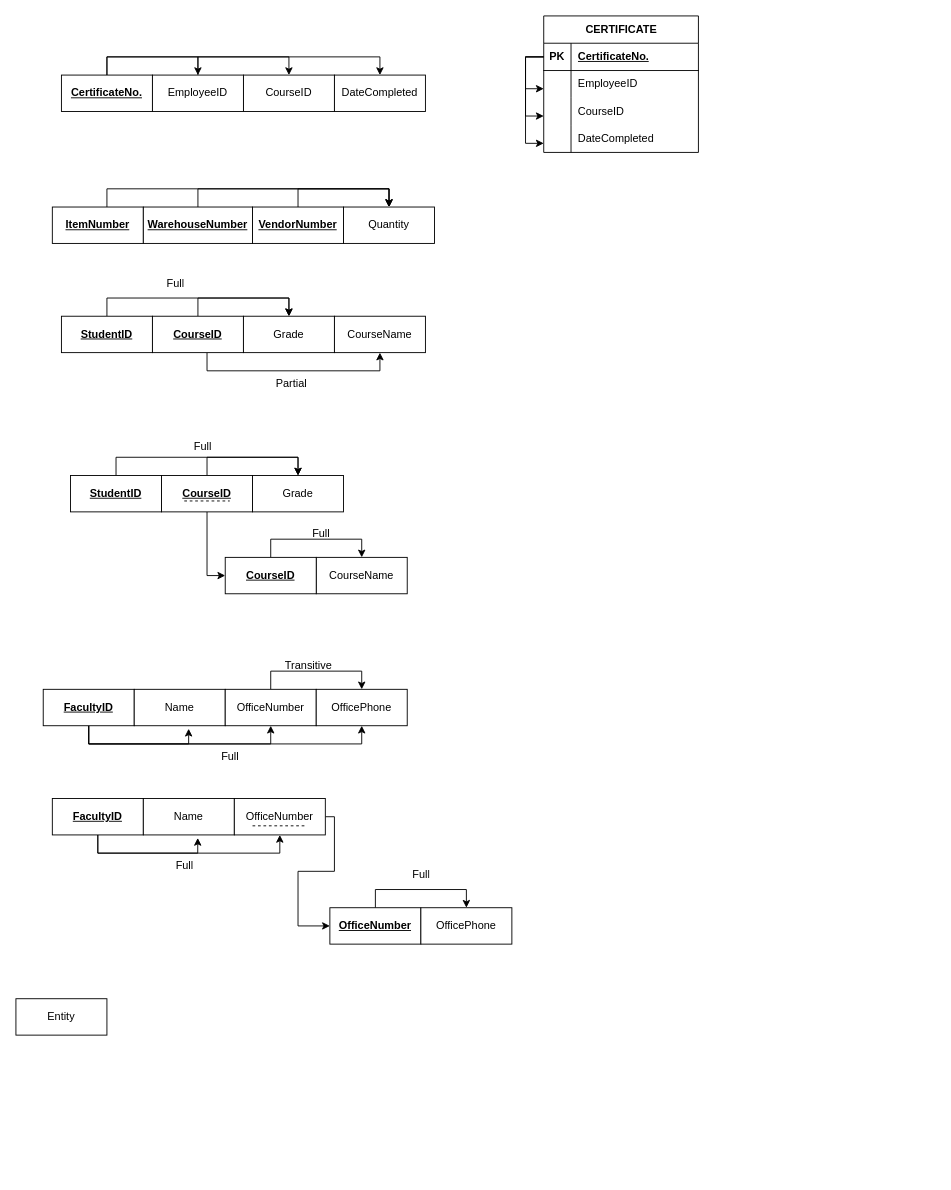
Earlier version of the draw.io diagram page "Page-2" (2 of 2) of C4 ERD.drawio (SamanZargarzadeh/ERD). Source tidied: cells renumbered, new cells numbered last; positions are measured from the earlier drawing's top-left corner, leaving out a move shared by most shapes. Both pictures are drawn from the tidied source at 91%, with x=0, y=0 at pixel (15, 15).
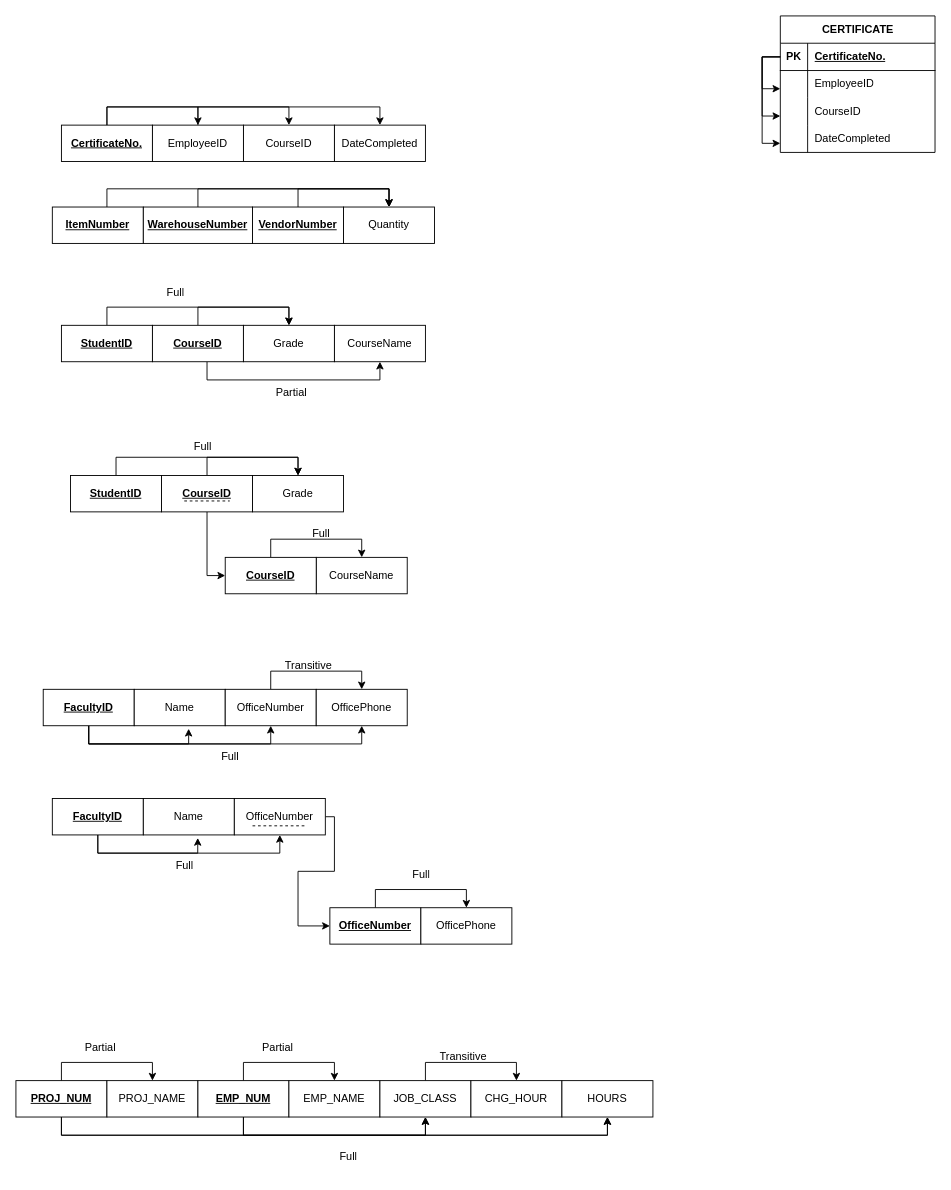
The same diagram, later.

Diff of the diagram source:
```diff
@@
     <mxCell id="4" value="CERTIFICATE" style="shape=table;startSize=30;childLayout=tableLayout;rowLines=0;fontStyle=1;align=center;html=1;" parent="1" vertex="1">
-      <mxGeometry x="580" width="170" height="150" as="geometry" />
+      <mxGeometry x="840" width="170" height="150" as="geometry" />
     </mxCell>
@@
     <mxCell id="19" style="edgeStyle=orthogonalEdgeStyle;rounded=0;jettySize=auto;html=1;entryX=0.5;entryY=0;entryDx=0;entryDy=0;" parent="1" edge="1" source="20" target="22">
       <mxGeometry relative="1" as="geometry">
         <Array as="points">
-          <mxPoint x="100" y="45" />
-          <mxPoint x="400" y="45" />
+          <mxPoint x="100" y="100" />
+          <mxPoint x="400" y="100" />
         </Array>
       </mxGeometry>
     </mxCell>
     <mxCell id="20" value="&lt;b&gt;&lt;u&gt;CertificateNo.&lt;/u&gt;&lt;/b&gt;" style="whiteSpace=wrap;html=1;align=center;" parent="1" vertex="1">
-      <mxGeometry x="50" y="65" width="100" height="40" as="geometry" />
+      <mxGeometry x="50" y="120" width="100" height="40" as="geometry" />
     </mxCell>
     <mxCell id="21" value="CourseID" style="whiteSpace=wrap;html=1;align=center;" parent="1" vertex="1">
-      <mxGeometry x="250" y="65" width="100" height="40" as="geometry" />
+      <mxGeometry x="250" y="120" width="100" height="40" as="geometry" />
     </mxCell>
     <mxCell id="22" value="DateCompleted" style="whiteSpace=wrap;html=1;align=center;" parent="1" vertex="1">
-      <mxGeometry x="350" y="65" width="100" height="40" as="geometry" />
+      <mxGeometry x="350" y="120" width="100" height="40" as="geometry" />
     </mxCell>
@@
     <mxCell id="24" value="EmployeeID" style="whiteSpace=wrap;html=1;align=center;" parent="1" vertex="1">
-      <mxGeometry x="150" y="65" width="100" height="40" as="geometry" />
+      <mxGeometry x="150" y="120" width="100" height="40" as="geometry" />
     </mxCell>
@@
     <mxCell id="32" style="edgeStyle=orthogonalEdgeStyle;rounded=0;jettySize=auto;html=1;entryX=0.5;entryY=0;entryDx=0;entryDy=0;" parent="1" edge="1" source="33" target="37">
       <mxGeometry relative="1" as="geometry">
         <Array as="points">
-          <mxPoint x="100" y="310" />
-          <mxPoint x="300" y="310" />
+          <mxPoint x="100" y="320" />
+          <mxPoint x="300" y="320" />
         </Array>
       </mxGeometry>
     </mxCell>
     <mxCell id="33" value="&lt;b&gt;&lt;u&gt;StudentID&lt;/u&gt;&lt;/b&gt;" style="whiteSpace=wrap;html=1;align=center;" parent="1" vertex="1">
-      <mxGeometry x="50" y="330" width="100" height="40" as="geometry" />
+      <mxGeometry x="50" y="340" width="100" height="40" as="geometry" />
     </mxCell>
     <mxCell id="34" style="edgeStyle=orthogonalEdgeStyle;rounded=0;jettySize=auto;html=1;entryX=0.5;entryY=1;entryDx=0;entryDy=0;" parent="1" edge="1" source="36" target="38">
       <mxGeometry relative="1" as="geometry">
         <Array as="points">
-          <mxPoint x="210" y="390" />
-          <mxPoint x="400" y="390" />
+          <mxPoint x="210" y="400" />
+          <mxPoint x="400" y="400" />
         </Array>
       </mxGeometry>
     </mxCell>
@@
     <mxCell id="36" value="&lt;b&gt;&lt;u&gt;CourseID&lt;/u&gt;&lt;/b&gt;" style="whiteSpace=wrap;html=1;align=center;" parent="1" vertex="1">
-      <mxGeometry x="150" y="330" width="100" height="40" as="geometry" />
+      <mxGeometry x="150" y="340" width="100" height="40" as="geometry" />
     </mxCell>
     <mxCell id="37" value="Grade" style="whiteSpace=wrap;html=1;align=center;" parent="1" vertex="1">
-      <mxGeometry x="250" y="330" width="100" height="40" as="geometry" />
+      <mxGeometry x="250" y="340" width="100" height="40" as="geometry" />
     </mxCell>
     <mxCell id="38" value="CourseName" style="whiteSpace=wrap;html=1;align=center;" parent="1" vertex="1">
-      <mxGeometry x="350" y="330" width="100" height="40" as="geometry" />
+      <mxGeometry x="350" y="340" width="100" height="40" as="geometry" />
     </mxCell>
     <mxCell id="39" value="Full" style="text;strokeColor=none;fillColor=none;spacingLeft=4;spacingRight=4;overflow=hidden;fontSize=12;whiteSpace=wrap;html=1;" parent="1" vertex="1">
-      <mxGeometry x="160" y="280" width="40" height="30" as="geometry" />
+      <mxGeometry x="160" y="290" width="40" height="30" as="geometry" />
     </mxCell>
     <mxCell id="40" value="Partial" style="text;strokeColor=none;fillColor=none;spacingLeft=4;spacingRight=4;overflow=hidden;fontSize=12;whiteSpace=wrap;html=1;" parent="1" vertex="1">
-      <mxGeometry x="280" y="390" width="70" height="30" as="geometry" />
+      <mxGeometry x="280" y="400" width="70" height="30" as="geometry" />
     </mxCell>
@@
+    <mxCell id="76" style="edgeStyle=orthogonalEdgeStyle;rounded=0;jettySize=auto;html=1;entryX=0.5;entryY=0;entryDx=0;entryDy=0;" parent="1" edge="1" source="75" target="79">
+      <mxGeometry relative="1" as="geometry" />
+    </mxCell>
+    <mxCell id="77" style="edgeStyle=orthogonalEdgeStyle;rounded=0;jettySize=auto;html=1;entryX=0.5;entryY=1;entryDx=0;entryDy=0;" parent="1" edge="1" source="75" target="86">
+      <mxGeometry relative="1" as="geometry">
+        <Array as="points">
+          <mxPoint x="50" y="1230" />
+          <mxPoint x="450" y="1230" />
+        </Array>
+      </mxGeometry>
+    </mxCell>
+    <mxCell id="78" style="edgeStyle=orthogonalEdgeStyle;rounded=0;jettySize=auto;html=1;entryX=0.5;entryY=1;entryDx=0;entryDy=0;" parent="1" edge="1" source="75" target="88">
+      <mxGeometry relative="1" as="geometry">
+        <Array as="points">
+          <mxPoint x="50" y="1230" />
+          <mxPoint x="650" y="1230" />
+        </Array>
+      </mxGeometry>
+    </mxCell>
-    <mxCell id="75" value="Entity" style="whiteSpace=wrap;html=1;align=center;" parent="1" vertex="1">
-      <mxGeometry y="1080" width="100" height="40" as="geometry" />
+    <mxCell id="75" value="&lt;b&gt;&lt;u&gt;PROJ_NUM&lt;/u&gt;&lt;/b&gt;" style="whiteSpace=wrap;html=1;align=center;" parent="1" vertex="1">
+      <mxGeometry y="1170" width="100" height="40" as="geometry" />
     </mxCell>
+    <mxCell id="79" value="PROJ_NAME" style="whiteSpace=wrap;html=1;align=center;" parent="1" vertex="1">
+      <mxGeometry x="100" y="1170" width="100" height="40" as="geometry" />
+    </mxCell>
+    <mxCell id="80" style="edgeStyle=orthogonalEdgeStyle;rounded=0;jettySize=auto;html=1;entryX=0.5;entryY=0;entryDx=0;entryDy=0;" parent="1" edge="1" source="83" target="84">
+      <mxGeometry relative="1" as="geometry" />
+    </mxCell>
+    <mxCell id="81" style="edgeStyle=orthogonalEdgeStyle;rounded=0;jettySize=auto;html=1;entryX=0.5;entryY=1;entryDx=0;entryDy=0;" parent="1" edge="1" source="83" target="86">
+      <mxGeometry relative="1" as="geometry">
+        <Array as="points">
+          <mxPoint x="250" y="1230" />
+          <mxPoint x="450" y="1230" />
+        </Array>
+      </mxGeometry>
+    </mxCell>
+    <mxCell id="82" style="edgeStyle=orthogonalEdgeStyle;rounded=0;jettySize=auto;html=1;entryX=0.5;entryY=1;entryDx=0;entryDy=0;" parent="1" edge="1" source="83" target="88">
+      <mxGeometry relative="1" as="geometry">
+        <Array as="points">
+          <mxPoint x="250" y="1230" />
+          <mxPoint x="650" y="1230" />
+        </Array>
+      </mxGeometry>
+    </mxCell>
+    <mxCell id="83" value="&lt;b&gt;&lt;u&gt;EMP_NUM&lt;/u&gt;&lt;/b&gt;" style="whiteSpace=wrap;html=1;align=center;" parent="1" vertex="1">
+      <mxGeometry x="200" y="1170" width="100" height="40" as="geometry" />
+    </mxCell>
+    <mxCell id="84" value="EMP_NAME" style="whiteSpace=wrap;html=1;align=center;" parent="1" vertex="1">
+      <mxGeometry x="300" y="1170" width="100" height="40" as="geometry" />
+    </mxCell>
+    <mxCell id="85" style="edgeStyle=orthogonalEdgeStyle;rounded=0;jettySize=auto;html=1;entryX=0.5;entryY=0;entryDx=0;entryDy=0;" parent="1" edge="1" source="86" target="87">
+      <mxGeometry relative="1" as="geometry" />
+    </mxCell>
+    <mxCell id="86" value="JOB_CLASS" style="whiteSpace=wrap;html=1;align=center;" parent="1" vertex="1">
+      <mxGeometry x="400" y="1170" width="100" height="40" as="geometry" />
+    </mxCell>
+    <mxCell id="87" value="CHG_HOUR" style="whiteSpace=wrap;html=1;align=center;" parent="1" vertex="1">
+      <mxGeometry x="500" y="1170" width="100" height="40" as="geometry" />
+    </mxCell>
+    <mxCell id="88" value="HOURS" style="whiteSpace=wrap;html=1;align=center;" parent="1" vertex="1">
+      <mxGeometry x="600" y="1170" width="100" height="40" as="geometry" />
+    </mxCell>
+    <mxCell id="89" value="Transitive" style="text;strokeColor=none;fillColor=none;spacingLeft=4;spacingRight=4;overflow=hidden;fontSize=12;whiteSpace=wrap;html=1;" parent="1" vertex="1">
+      <mxGeometry x="460" y="1130" width="110" height="30" as="geometry" />
+    </mxCell>
+    <mxCell id="90" value="Full" style="text;strokeColor=none;fillColor=none;spacingLeft=4;spacingRight=4;overflow=hidden;fontSize=12;whiteSpace=wrap;html=1;" parent="1" vertex="1">
+      <mxGeometry x="350" y="1240" width="40" height="30" as="geometry" />
+    </mxCell>
+    <mxCell id="91" value="Partial" style="text;strokeColor=none;fillColor=none;spacingLeft=4;spacingRight=4;overflow=hidden;fontSize=12;whiteSpace=wrap;html=1;" parent="1" vertex="1">
+      <mxGeometry x="70" y="1120" width="70" height="30" as="geometry" />
+    </mxCell>
+    <mxCell id="92" value="Partial" style="text;strokeColor=none;fillColor=none;spacingLeft=4;spacingRight=4;overflow=hidden;fontSize=12;whiteSpace=wrap;html=1;" parent="1" vertex="1">
+      <mxGeometry x="265" y="1120" width="70" height="30" as="geometry" />
+    </mxCell>
```
